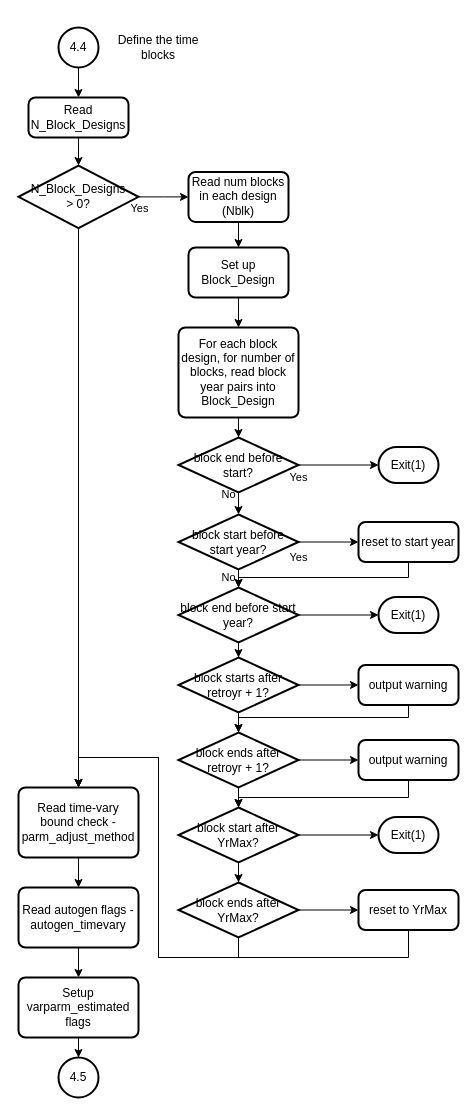
Before: readControl_4-4.drawio in nmfs-ost/ss3-flowcharts, a draw.io diagram. Source tidied: cells renumbered, new cells numbered last; positions are measured from the earlier drawing's top-left corner, leaving out a move shared by most shapes. Both pictures are drawn from the tidied source at 100%, with x=0, y=0 at pixel (18, 27).
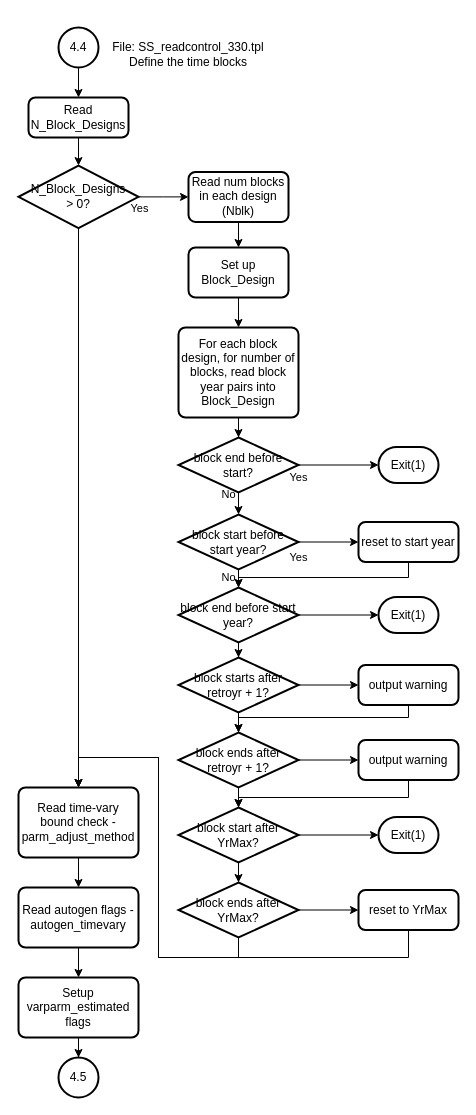
Above is the later version.

The edit, as a diff of the source:
```diff
@@
-    <mxCell id="11" value="Define the time blocks" style="text;html=1;strokeColor=none;fillColor=none;align=center;verticalAlign=middle;whiteSpace=wrap;rounded=0;" parent="1" vertex="1">
-      <mxGeometry x="80" y="5" width="120" height="30" as="geometry" />
+    <mxCell id="11" value="&lt;br&gt;File: SS_readcontrol_330.tpl&lt;br&gt;Define the time blocks" style="text;html=1;strokeColor=none;fillColor=none;align=center;verticalAlign=middle;whiteSpace=wrap;rounded=0;" parent="1" vertex="1">
+      <mxGeometry x="80" y="-10" width="180" height="60" as="geometry" />
     </mxCell>
```
